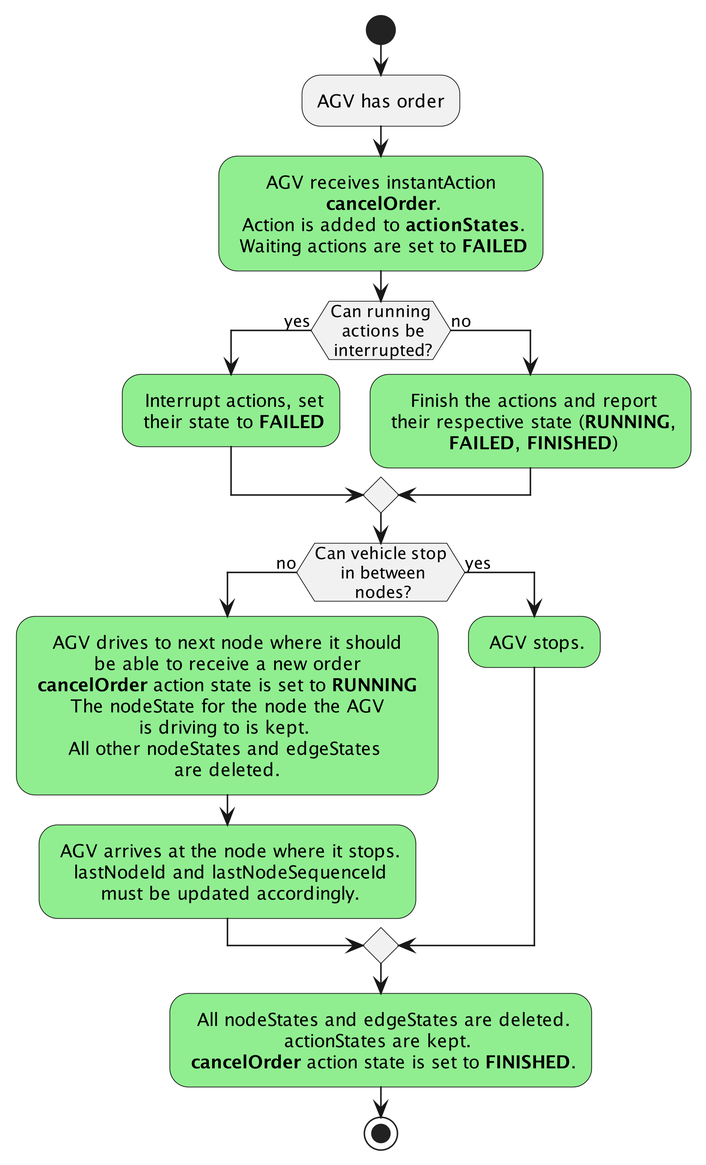
Earlier version of the PlantUML export assets/process_cancel_order.png (VDA5050/VDA5050).
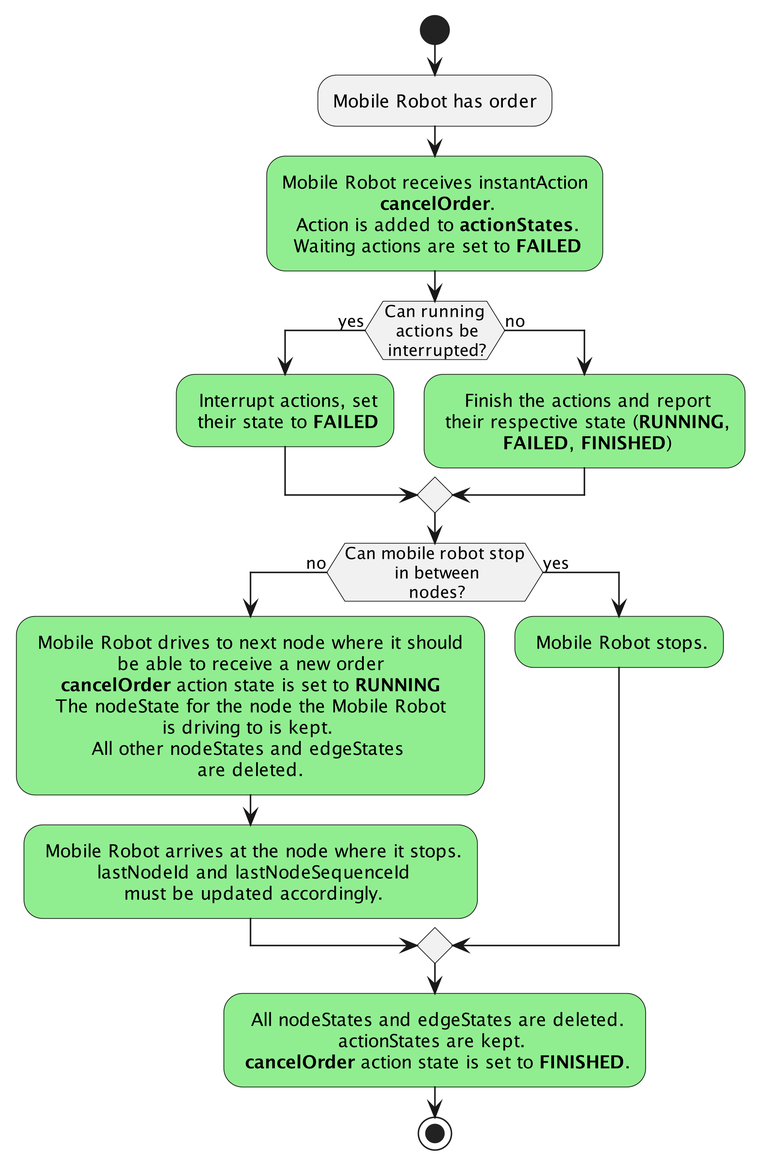
After the commit.

The edit, as a diff of the source:
```diff
@@ -2,19 +2,19 @@
 skinparam dpi 400
 skinparam defaultTextAlignment center
 start
-:AGV has order;
-#lightgreen:AGV receives instantAction\n <B>cancelOrder</B>.\n Action is added to <B>actionStates</B>.\n Waiting actions are set to <B>FAILED</B>;
+:Mobile Robot has order;
+#lightgreen:Mobile Robot receives instantAction\n <B>cancelOrder</B>.\n Action is added to <B>actionStates</B>.\n Waiting actions are set to <B>FAILED</B>;
 if (Can running\n actions be\n interrupted?) then (yes)
     #lightgreen: Interrupt actions, set\n their state to <B>FAILED</B>;
 else (no)
     #lightgreen: Finish the actions and report\n their respective state (<B>RUNNING</B>,\n <B>FAILED</B>, <B>FINISHED</B>);
 endif
 
-if (Can vehicle stop\n in between\n nodes?) then (no)
-    #lightgreen: AGV drives to next node where it should \n be able to receive a new order \n <B>cancelOrder</B> action state is set to <B>RUNNING</B> \n The nodeState for the node the AGV \nis driving to is kept. \nAll other nodeStates and edgeStates \nare deleted.;
-    #lightgreen: AGV arrives at the node where it stops.\n lastNodeId and lastNodeSequenceId\n must be updated accordingly.;
+if (Can mobile robot stop\n in between\n nodes?) then (no)
+    #lightgreen: Mobile Robot drives to next node where it should \n be able to receive a new order \n <B>cancelOrder</B> action state is set to <B>RUNNING</B> \n The nodeState for the node the Mobile Robot \nis driving to is kept. \nAll other nodeStates and edgeStates \nare deleted.;
+    #lightgreen: Mobile Robot arrives at the node where it stops.\n lastNodeId and lastNodeSequenceId\n must be updated accordingly.;
 else (yes)
-    #lightgreen: AGV stops.;
+    #lightgreen: Mobile Robot stops.;
 endif
 #lightgreen: All nodeStates and edgeStates are deleted.\nactionStates are kept. \n <B>cancelOrder</B> action state is set to <B>FINISHED</B>.;
 stop
```
